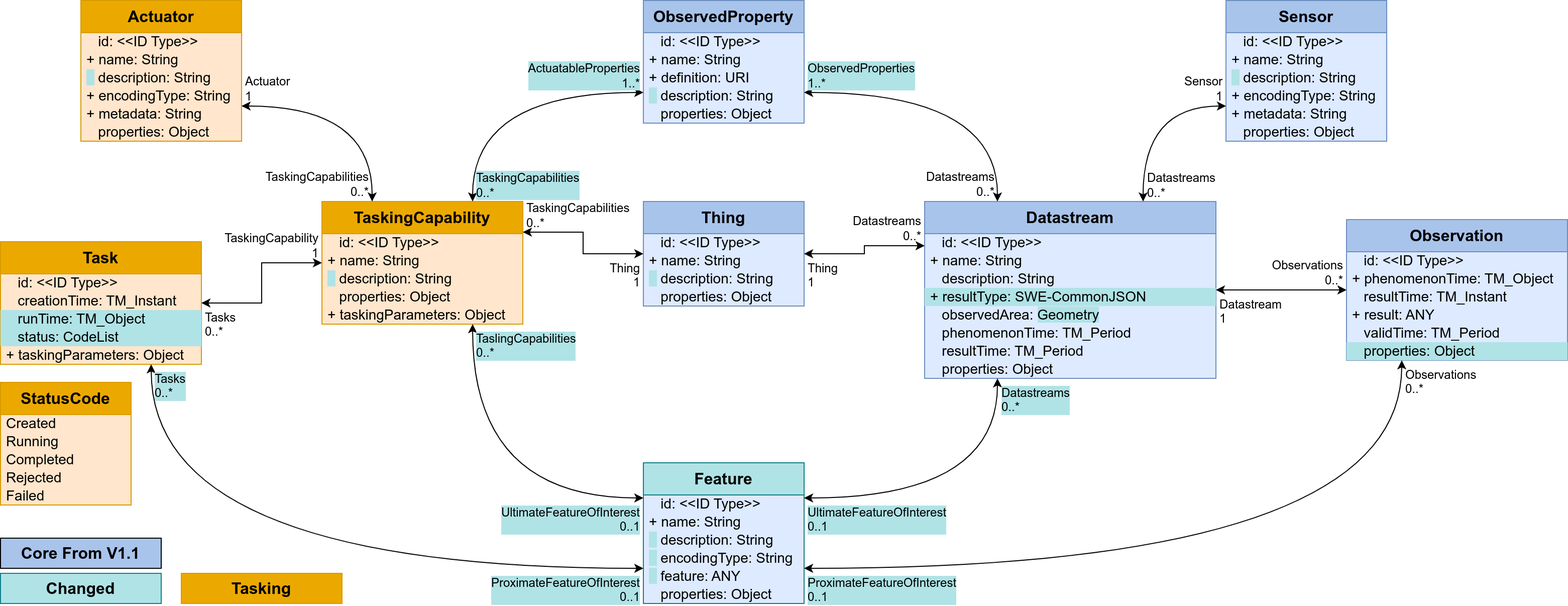
The draw.io diagram figures/Datamodel-SensorThingsApi-V2-proposal-1-Tasking-Sensing.drawio.png in opengeospatial/sensorthings, before a commit. Source tidied: cells renumbered, new cells last; positions are measured from the earlier drawing's top-left corner, leaving out a move shared by most shapes.
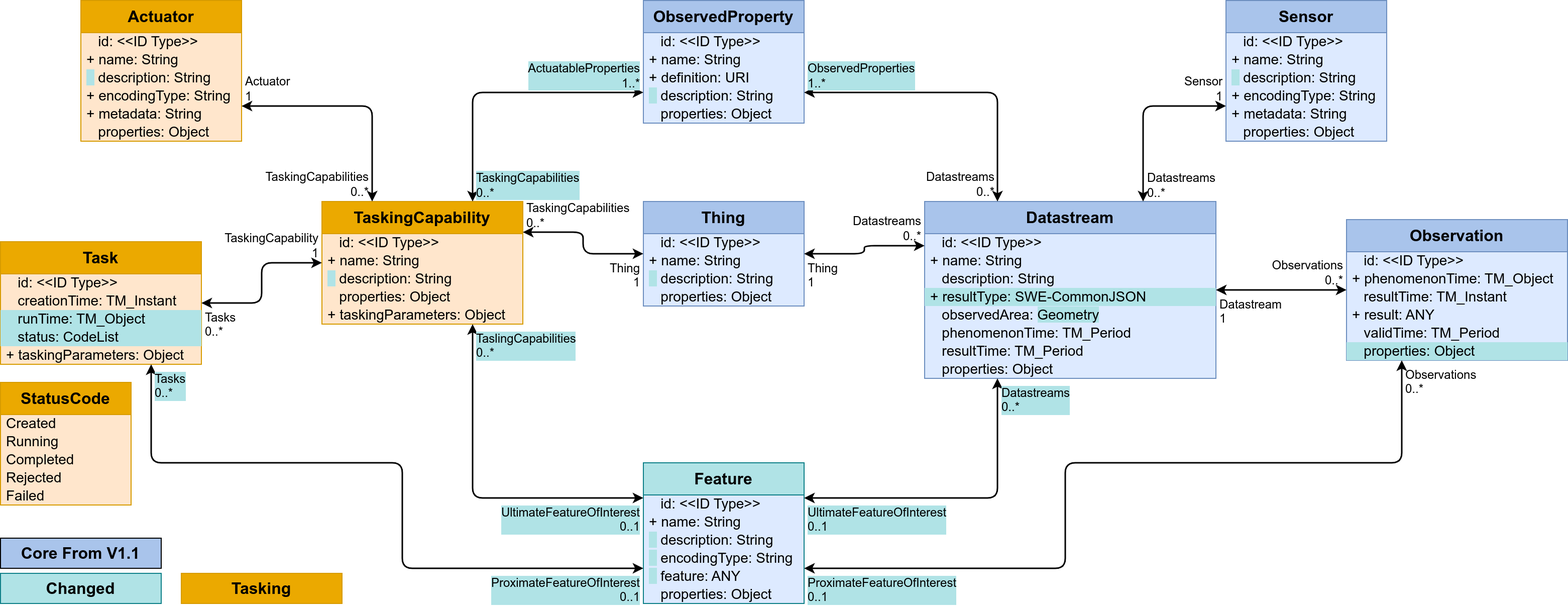
The same file after the commit.

The edit, as a diff of the source:
```diff
@@ -50,7 +50,7 @@
     <mxCell id="17" value="&amp;nbsp;&amp;nbsp;&amp;nbsp;properties: Object" style="text;strokeColor=none;fillColor=none;align=left;verticalAlign=middle;spacingLeft=4;spacingRight=4;overflow=visible;html=1;fontSize=14;" parent="11" vertex="1">
       <mxGeometry y="122" width="160" height="18" as="geometry" />
     </mxCell>
-    <mxCell id="18" style="endArrow=classic;startArrow=classic;html=1;rounded=0;exitX=1;exitY=0.25;exitDx=0;exitDy=0;edgeStyle=orthogonalEdgeStyle;entryX=0.25;entryY=1;entryDx=0;entryDy=0;curved=1;" parent="1" edge="1" source="11" target="2">
+    <mxCell id="18" style="endArrow=classic;startArrow=classic;html=1;rounded=1;exitX=1;exitY=0.25;exitDx=0;exitDy=0;edgeStyle=orthogonalEdgeStyle;entryX=0.25;entryY=1;entryDx=0;entryDy=0;curved=0;strokeWidth=1.5;" parent="1" edge="1" source="11" target="2">
       <mxGeometry relative="1" as="geometry" />
     </mxCell>
     <mxCell id="19" value="UltimateFeatureOfInterest&lt;br&gt;0..1" style="edgeLabel;html=1;align=left;verticalAlign=top;labelBackgroundColor=#B0E3E6;fontSize=12;spacingLeft=1;spacing=3;spacingRight=2;" parent="18" vertex="1">
@@ -80,7 +80,7 @@
     <mxCell id="27" value="&amp;nbsp;&amp;nbsp;&amp;nbsp;properties: Object" style="text;strokeColor=none;fillColor=#b0e3e6;align=left;verticalAlign=middle;spacingLeft=4;spacingRight=4;overflow=visible;html=1;fontSize=14;" parent="21" vertex="1">
       <mxGeometry y="122" width="220" height="18" as="geometry" />
     </mxCell>
-    <mxCell id="28" style="endArrow=classic;startArrow=classic;html=1;rounded=0;exitX=0;exitY=0.5;exitDx=0;exitDy=0;entryX=1;entryY=0.5;entryDx=0;entryDy=0;edgeStyle=orthogonalEdgeStyle;" parent="1" edge="1" source="21" target="2">
+    <mxCell id="28" style="endArrow=classic;startArrow=classic;html=1;rounded=1;exitX=0;exitY=0.5;exitDx=0;exitDy=0;entryX=1;entryY=0.5;entryDx=0;entryDy=0;edgeStyle=orthogonalEdgeStyle;strokeWidth=1.5;curved=0;" parent="1" edge="1" source="21" target="2">
       <mxGeometry relative="1" as="geometry" />
     </mxCell>
     <mxCell id="29" value="Observations&lt;br&gt;0..*" style="edgeLabel;html=1;align=right;verticalAlign=bottom;labelBackgroundColor=none;fontSize=12;spacingLeft=1;spacing=3;spacingRight=2;" parent="28" vertex="1">
@@ -89,8 +89,14 @@
     <mxCell id="30" value="Datastream&lt;br&gt;1" style="edgeLabel;html=1;align=left;verticalAlign=top;labelBackgroundColor=none;fontSize=12;spacingLeft=1;spacing=3;spacingRight=2;" parent="28" vertex="1">
       <mxGeometry x="1" relative="1" as="geometry" />
     </mxCell>
-    <mxCell id="31" style="endArrow=classic;startArrow=classic;html=1;rounded=0;exitX=0.25;exitY=1;exitDx=0;exitDy=0;edgeStyle=orthogonalEdgeStyle;entryX=1;entryY=0.75;entryDx=0;entryDy=0;curved=1;" parent="1" edge="1" source="21" target="11">
-      <mxGeometry relative="1" as="geometry" />
+    <mxCell id="31" style="endArrow=classic;startArrow=classic;html=1;rounded=1;exitX=0.25;exitY=1;exitDx=0;exitDy=0;edgeStyle=orthogonalEdgeStyle;entryX=1;entryY=0.75;entryDx=0;entryDy=0;curved=0;strokeWidth=1.5;" parent="1" edge="1" source="21" target="11">
+      <mxGeometry relative="1" as="geometry">
+        <Array as="points">
+          <mxPoint x="1395" y="460" />
+          <mxPoint x="1060" y="460" />
+          <mxPoint x="1060" y="565" />
+        </Array>
+      </mxGeometry>
     </mxCell>
     <mxCell id="32" value="Observations&lt;br&gt;0..*" style="edgeLabel;html=1;align=left;verticalAlign=top;labelBackgroundColor=none;fontSize=12;spacingLeft=1;spacing=3;spacingRight=2;" parent="31" vertex="1">
       <mxGeometry x="-1" relative="1" as="geometry" />
@@ -116,7 +122,7 @@
     <mxCell id="39" value="&amp;nbsp;&amp;nbsp;&amp;nbsp;properties: Object" style="text;strokeColor=none;fillColor=none;align=left;verticalAlign=middle;spacingLeft=4;spacingRight=4;overflow=visible;html=1;fontSize=14;" parent="34" vertex="1">
       <mxGeometry y="104" width="160" height="18" as="geometry" />
     </mxCell>
-    <mxCell id="40" style="endArrow=classic;startArrow=classic;html=1;rounded=0;edgeStyle=orthogonalEdgeStyle;entryX=0.25;entryY=0;entryDx=0;entryDy=0;exitX=1;exitY=0.75;exitDx=0;exitDy=0;curved=1;" parent="1" edge="1" source="34" target="2">
+    <mxCell id="40" style="endArrow=classic;startArrow=classic;html=1;rounded=1;edgeStyle=orthogonalEdgeStyle;entryX=0.25;entryY=0;entryDx=0;entryDy=0;exitX=1;exitY=0.75;exitDx=0;exitDy=0;curved=0;strokeWidth=1.5;" parent="1" edge="1" source="34" target="2">
       <mxGeometry relative="1" as="geometry" />
     </mxCell>
     <mxCell id="41" value="ObservedProperties&lt;br&gt;1..*" style="edgeLabel;html=1;align=left;verticalAlign=bottom;labelBackgroundColor=#B0E3E6;fontSize=12;spacingLeft=1;spacing=3;spacingRight=2;" parent="40" vertex="1">
@@ -146,7 +152,7 @@
     <mxCell id="49" value="&amp;nbsp;&amp;nbsp;&amp;nbsp;properties: Object" style="text;strokeColor=none;fillColor=none;align=left;verticalAlign=middle;spacingLeft=4;spacingRight=4;overflow=visible;html=1;fontSize=14;" parent="43" vertex="1">
       <mxGeometry y="122" width="160" height="18" as="geometry" />
     </mxCell>
-    <mxCell id="50" style="endArrow=classic;startArrow=classic;html=1;rounded=0;edgeStyle=orthogonalEdgeStyle;exitX=0;exitY=0.75;exitDx=0;exitDy=0;curved=1;entryX=0.75;entryY=0;entryDx=0;entryDy=0;" parent="1" edge="1" source="43" target="2">
+    <mxCell id="50" style="endArrow=classic;startArrow=classic;html=1;rounded=1;edgeStyle=orthogonalEdgeStyle;exitX=0;exitY=0.75;exitDx=0;exitDy=0;curved=0;entryX=0.75;entryY=0;entryDx=0;entryDy=0;strokeWidth=1.5;" parent="1" edge="1" source="43" target="2">
       <mxGeometry relative="1" as="geometry" />
     </mxCell>
     <mxCell id="51" value="Sensor&lt;br&gt;1" style="edgeLabel;html=1;align=right;verticalAlign=bottom;labelBackgroundColor=none;fontSize=12;spacingLeft=1;spacing=3;spacingRight=2;" parent="50" vertex="1">
@@ -170,7 +176,7 @@
     <mxCell id="57" value="&amp;nbsp;&amp;nbsp;&amp;nbsp;properties: Object" style="text;strokeColor=none;fillColor=none;align=left;verticalAlign=middle;spacingLeft=4;spacingRight=4;overflow=visible;html=1;fontSize=14;" parent="53" vertex="1">
       <mxGeometry y="86" width="160" height="18" as="geometry" />
     </mxCell>
-    <mxCell id="58" style="endArrow=classic;startArrow=classic;html=1;rounded=0;entryX=0;entryY=0.25;entryDx=0;entryDy=0;exitX=1;exitY=0.5;exitDx=0;exitDy=0;edgeStyle=orthogonalEdgeStyle;" parent="1" edge="1" source="53" target="2">
+    <mxCell id="58" style="endArrow=classic;startArrow=classic;html=1;rounded=1;entryX=0;entryY=0.25;entryDx=0;entryDy=0;exitX=1;exitY=0.5;exitDx=0;exitDy=0;edgeStyle=orthogonalEdgeStyle;strokeWidth=1.5;curved=0;" parent="1" edge="1" source="53" target="2">
       <mxGeometry relative="1" as="geometry" />
     </mxCell>
     <mxCell id="59" value="Thing&lt;br&gt;1" style="edgeLabel;html=1;align=left;verticalAlign=top;labelBackgroundColor=none;fontSize=12;spacingLeft=1;spacing=3;spacingRight=2;" parent="58" vertex="1">
@@ -242,7 +248,7 @@
     <mxCell id="81" value="+ taskingParameters: Object" style="text;strokeColor=none;fillColor=none;align=left;verticalAlign=middle;spacingLeft=4;spacingRight=4;overflow=visible;html=1;fontSize=14;" parent="76" vertex="1">
       <mxGeometry y="104" width="200" height="18" as="geometry" />
     </mxCell>
-    <mxCell id="82" style="endArrow=classic;startArrow=classic;html=1;rounded=0;entryX=1;entryY=0.75;entryDx=0;entryDy=0;exitX=0.25;exitY=0;exitDx=0;exitDy=0;edgeStyle=orthogonalEdgeStyle;curved=1;" parent="1" edge="1" source="76" target="63">
+    <mxCell id="82" style="endArrow=classic;startArrow=classic;html=1;rounded=1;entryX=1;entryY=0.75;entryDx=0;entryDy=0;exitX=0.25;exitY=0;exitDx=0;exitDy=0;edgeStyle=orthogonalEdgeStyle;curved=0;strokeWidth=1.5;" parent="1" edge="1" source="76" target="63">
       <mxGeometry relative="1" as="geometry" />
     </mxCell>
     <mxCell id="83" value="TaskingCapabilities&lt;br&gt;0..*" style="edgeLabel;html=1;align=right;verticalAlign=bottom;labelBackgroundColor=none;fontSize=12;spacingLeft=1;spacing=3;spacingRight=2;" parent="82" vertex="1">
@@ -251,7 +257,7 @@
     <mxCell id="84" value="Actuator&lt;br&gt;1" style="edgeLabel;html=1;align=left;verticalAlign=bottom;labelBackgroundColor=none;fontSize=12;spacingLeft=1;spacing=3;spacingRight=2;" parent="82" vertex="1">
       <mxGeometry x="1" relative="1" as="geometry" />
     </mxCell>
-    <mxCell id="85" style="endArrow=classic;startArrow=classic;html=1;rounded=0;edgeStyle=orthogonalEdgeStyle;" parent="1" edge="1" source="76" target="70">
+    <mxCell id="85" style="endArrow=classic;startArrow=classic;html=1;rounded=1;edgeStyle=orthogonalEdgeStyle;strokeWidth=1.5;curved=0;" parent="1" edge="1" source="76" target="70">
       <mxGeometry relative="1" as="geometry" />
     </mxCell>
     <mxCell id="86" value="TaskingCapability&lt;br&gt;1" style="edgeLabel;html=1;align=right;verticalAlign=bottom;labelBackgroundColor=none;fontSize=12;spacingLeft=1;spacing=3;spacingRight=2;" parent="85" vertex="1">
@@ -260,7 +266,7 @@
     <mxCell id="87" value="Tasks&lt;br&gt;0..*" style="edgeLabel;html=1;align=left;verticalAlign=top;labelBackgroundColor=none;fontSize=12;spacingLeft=1;spacing=3;spacingRight=2;" parent="85" vertex="1">
       <mxGeometry x="1" relative="1" as="geometry" />
     </mxCell>
-    <mxCell id="88" style="endArrow=classic;startArrow=classic;html=1;rounded=0;exitX=0;exitY=0.5;exitDx=0;exitDy=0;edgeStyle=orthogonalEdgeStyle;entryX=1;entryY=0.25;entryDx=0;entryDy=0;" parent="1" edge="1" source="53" target="76">
+    <mxCell id="88" style="endArrow=classic;startArrow=classic;html=1;rounded=1;exitX=0;exitY=0.5;exitDx=0;exitDy=0;edgeStyle=orthogonalEdgeStyle;entryX=1;entryY=0.25;entryDx=0;entryDy=0;strokeWidth=1.5;curved=0;" parent="1" edge="1" source="53" target="76">
       <mxGeometry relative="1" as="geometry" />
     </mxCell>
     <mxCell id="89" value="Thing&lt;br&gt;1" style="edgeLabel;html=1;align=right;verticalAlign=top;labelBackgroundColor=none;fontSize=12;spacingLeft=1;spacing=3;spacingRight=2;" parent="88" vertex="1">
@@ -269,7 +275,7 @@
     <mxCell id="90" value="TaskingCapabilities&lt;br&gt;0..*" style="edgeLabel;html=1;align=left;verticalAlign=bottom;labelBackgroundColor=none;fontSize=12;spacingLeft=1;spacing=3;spacingRight=2;" parent="88" vertex="1">
       <mxGeometry x="1" relative="1" as="geometry" />
     </mxCell>
-    <mxCell id="91" style="endArrow=classic;startArrow=classic;html=1;rounded=0;edgeStyle=orthogonalEdgeStyle;entryX=0.75;entryY=0;entryDx=0;entryDy=0;exitX=0;exitY=0.75;exitDx=0;exitDy=0;curved=1;" parent="1" edge="1" source="34" target="76">
+    <mxCell id="91" style="endArrow=classic;startArrow=classic;html=1;rounded=1;edgeStyle=orthogonalEdgeStyle;entryX=0.75;entryY=0;entryDx=0;entryDy=0;exitX=0;exitY=0.75;exitDx=0;exitDy=0;curved=0;strokeWidth=1.5;" parent="1" edge="1" source="34" target="76">
       <mxGeometry relative="1" as="geometry" />
     </mxCell>
     <mxCell id="92" value="ActuatableProperties&lt;br&gt;1..*" style="edgeLabel;html=1;align=right;verticalAlign=bottom;labelBackgroundColor=#B0E3E6;fontSize=12;spacingLeft=1;spacing=3;spacingRight=2;" parent="91" vertex="1">
@@ -278,7 +284,7 @@
     <mxCell id="93" value="TaskingCapabilities&lt;br&gt;0..*" style="edgeLabel;html=1;align=left;verticalAlign=bottom;labelBackgroundColor=#B0E3E6;fontSize=12;spacingLeft=1;spacing=3;spacingRight=2;" parent="91" vertex="1">
       <mxGeometry x="1" relative="1" as="geometry" />
     </mxCell>
-    <mxCell id="94" style="endArrow=classic;startArrow=classic;html=1;rounded=0;exitX=0;exitY=0.25;exitDx=0;exitDy=0;edgeStyle=orthogonalEdgeStyle;entryX=0.75;entryY=1;entryDx=0;entryDy=0;curved=1;" parent="1" edge="1" source="11" target="76">
+    <mxCell id="94" style="endArrow=classic;startArrow=classic;html=1;rounded=1;exitX=0;exitY=0.25;exitDx=0;exitDy=0;edgeStyle=orthogonalEdgeStyle;entryX=0.75;entryY=1;entryDx=0;entryDy=0;curved=0;strokeWidth=1.5;" parent="1" edge="1" source="11" target="76">
       <mxGeometry relative="1" as="geometry" />
     </mxCell>
     <mxCell id="95" value="UltimateFeatureOfInterest&lt;br&gt;0..1" style="edgeLabel;html=1;align=right;verticalAlign=top;labelBackgroundColor=#B0E3E6;fontSize=12;spacingLeft=1;spacing=3;spacingRight=2;" parent="94" vertex="1">
@@ -287,8 +293,14 @@
     <mxCell id="96" value="TaslingCapabilities&lt;br&gt;0..*" style="edgeLabel;html=1;align=left;verticalAlign=top;labelBackgroundColor=#B0E3E6;fontSize=12;spacingLeft=1;spacing=3;spacingRight=2;" parent="94" vertex="1">
       <mxGeometry x="1" relative="1" as="geometry" />
     </mxCell>
-    <mxCell id="97" style="endArrow=classic;startArrow=classic;html=1;rounded=0;edgeStyle=orthogonalEdgeStyle;entryX=0;entryY=0.75;entryDx=0;entryDy=0;curved=1;exitX=0.75;exitY=1;exitDx=0;exitDy=0;" parent="1" edge="1" source="70" target="11">
-      <mxGeometry relative="1" as="geometry" />
+    <mxCell id="97" style="endArrow=classic;startArrow=classic;html=1;rounded=1;edgeStyle=orthogonalEdgeStyle;entryX=0;entryY=0.75;entryDx=0;entryDy=0;curved=0;exitX=0.75;exitY=1;exitDx=0;exitDy=0;strokeWidth=1.5;" parent="1" edge="1" source="70" target="11">
+      <mxGeometry relative="1" as="geometry">
+        <Array as="points">
+          <mxPoint x="150" y="460" />
+          <mxPoint x="400" y="460" />
+          <mxPoint x="400" y="565" />
+        </Array>
+      </mxGeometry>
     </mxCell>
     <mxCell id="98" value="Tasks&lt;br&gt;0..*" style="edgeLabel;html=1;align=left;verticalAlign=top;labelBackgroundColor=#B0E3E6;fontSize=12;spacingLeft=1;spacing=3;spacingRight=2;" parent="97" vertex="1">
       <mxGeometry x="-1" relative="1" as="geometry" />
```
